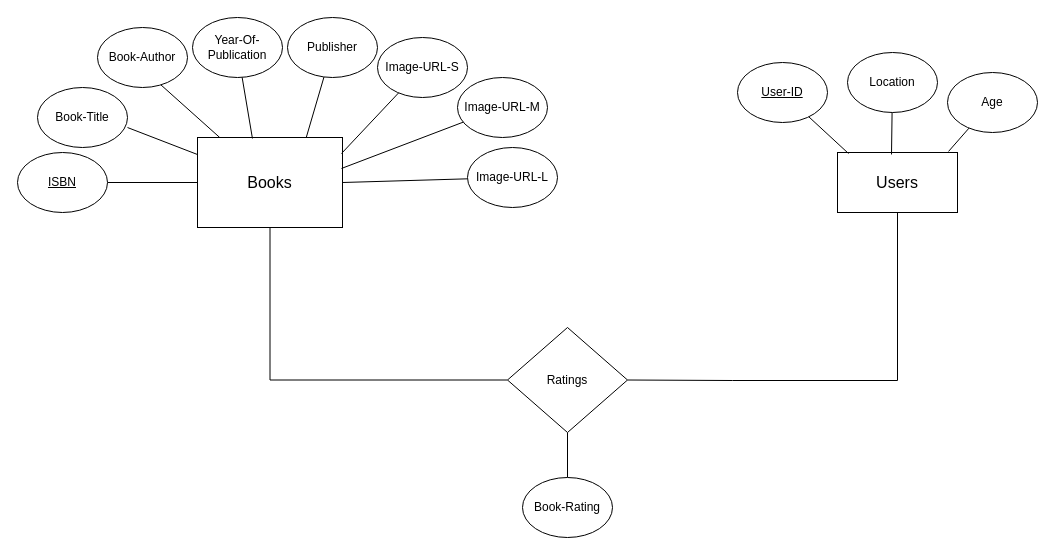
The draw.io diagram ER_Goal1.drawio in pedrorosa3/BDA_Movies, before the edit. Source tidied: cells renumbered, new cells numbered last; positions are measured from the earlier drawing's top-left corner, leaving out a move shared by most shapes. Both pictures are drawn from the tidied source at 100%, with x=0, y=0 at pixel (17, 17).
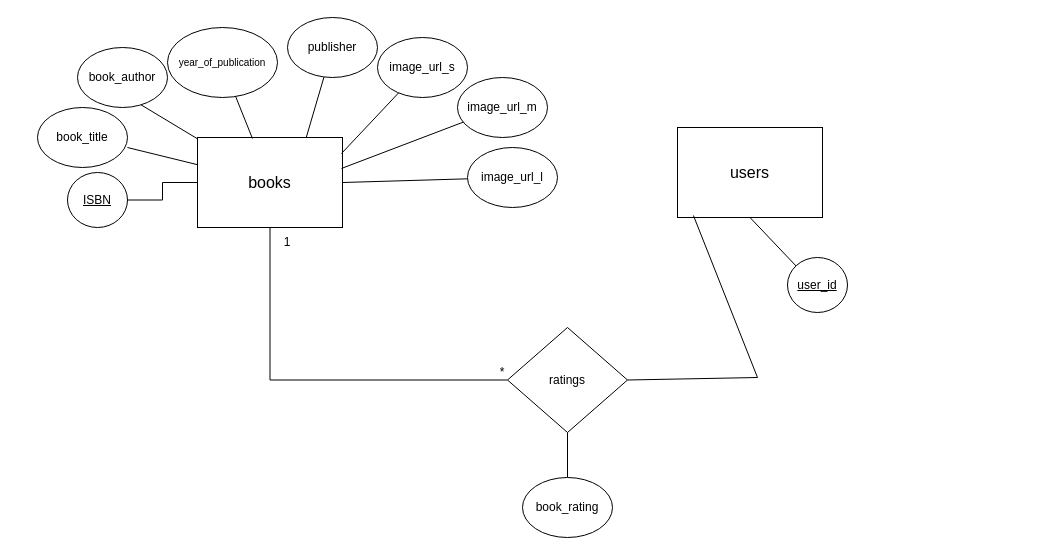
The same page after the edit.

Commit message (it also covers changes not shown here):
goal1 corrigido e goal2

Diff of the diagram source:
```diff
@@
-    <mxCell id="4" value="&lt;font style=&quot;font-size: 16px;&quot;&gt;Books&lt;/font&gt;" style="rounded=0;whiteSpace=wrap;html=1;" parent="1" vertex="1">
+    <mxCell id="4" value="&lt;font style=&quot;font-size: 16px;&quot;&gt;books&lt;/font&gt;" style="rounded=0;whiteSpace=wrap;html=1;" parent="1" vertex="1">
       <mxGeometry x="180" y="120" width="145" height="90" as="geometry" />
     </mxCell>
-    <mxCell id="5" style="edgeStyle=orthogonalEdgeStyle;rounded=0;jettySize=auto;html=1;entryX=1;entryY=0.5;entryDx=0;entryDy=0;strokeWidth=1;endArrow=none;endFill=0;" parent="1" edge="1" source="6" target="29">
-      <mxGeometry relative="1" as="geometry">
-        <Array as="points">
-          <mxPoint x="880" y="363" />
-          <mxPoint x="715" y="363" />
-        </Array>
-      </mxGeometry>
-    </mxCell>
-    <mxCell id="6" value="&lt;font style=&quot;font-size: 16px;&quot;&gt;Users&lt;/font&gt;" style="rounded=0;whiteSpace=wrap;html=1;" parent="1" vertex="1">
-      <mxGeometry x="820" y="135" width="120" height="60" as="geometry" />
-    </mxCell>
     <mxCell id="7" value="&lt;u&gt;ISBN&lt;/u&gt;" style="ellipse;whiteSpace=wrap;html=1;" parent="1" vertex="1">
-      <mxGeometry y="135" width="90" height="60" as="geometry" />
+      <mxGeometry x="50" y="155" width="60" height="55" as="geometry" />
     </mxCell>
-    <mxCell id="8" value="Book-Title" style="ellipse;whiteSpace=wrap;html=1;" parent="1" vertex="1">
-      <mxGeometry x="20" y="70" width="90" height="60" as="geometry" />
+    <mxCell id="8" value="book_title" style="ellipse;whiteSpace=wrap;html=1;" parent="1" vertex="1">
+      <mxGeometry x="20" y="90" width="90" height="60" as="geometry" />
     </mxCell>
-    <mxCell id="9" value="Book-Author" style="ellipse;whiteSpace=wrap;html=1;" parent="1" vertex="1">
-      <mxGeometry x="80" y="10" width="90" height="60" as="geometry" />
+    <mxCell id="9" value="book_author" style="ellipse;whiteSpace=wrap;html=1;" parent="1" vertex="1">
+      <mxGeometry x="60" y="30" width="90" height="60" as="geometry" />
     </mxCell>
-    <mxCell id="10" value="Year-Of-Publication" style="ellipse;whiteSpace=wrap;html=1;" parent="1" vertex="1">
-      <mxGeometry x="175" width="90" height="60" as="geometry" />
+    <mxCell id="10" value="&lt;font style=&quot;font-size: 10px;&quot;&gt;year_of_publication&lt;/font&gt;" style="ellipse;whiteSpace=wrap;html=1;" parent="1" vertex="1">
+      <mxGeometry x="150" y="10" width="110" height="70" as="geometry" />
     </mxCell>
@@
-    <mxCell id="12" value="Publisher" style="ellipse;whiteSpace=wrap;html=1;" parent="1" vertex="1">
+    <mxCell id="12" value="publisher" style="ellipse;whiteSpace=wrap;html=1;" parent="1" vertex="1">
       <mxGeometry x="270" width="90" height="60" as="geometry" />
     </mxCell>
-    <mxCell id="13" value="Image-URL-S" style="ellipse;whiteSpace=wrap;html=1;" parent="1" vertex="1">
+    <mxCell id="13" value="image_url_s" style="ellipse;whiteSpace=wrap;html=1;" parent="1" vertex="1">
       <mxGeometry x="360" y="20" width="90" height="60" as="geometry" />
     </mxCell>
-    <mxCell id="14" value="Image-URL-M" style="ellipse;whiteSpace=wrap;html=1;" parent="1" vertex="1">
+    <mxCell id="14" value="image_url_m" style="ellipse;whiteSpace=wrap;html=1;" parent="1" vertex="1">
       <mxGeometry x="440" y="60" width="90" height="60" as="geometry" />
     </mxCell>
@@
-    <mxCell id="16" value="Image-URL-L" style="ellipse;whiteSpace=wrap;html=1;" parent="1" vertex="1">
+    <mxCell id="16" value="image_url_l" style="ellipse;whiteSpace=wrap;html=1;" parent="1" vertex="1">
       <mxGeometry x="450" y="130" width="90" height="60" as="geometry" />
     </mxCell>
@@
-    <mxCell id="21" value="&lt;u&gt;User-ID&lt;/u&gt;" style="ellipse;whiteSpace=wrap;html=1;" parent="1" vertex="1">
-      <mxGeometry x="720" y="45" width="90" height="60" as="geometry" />
-    </mxCell>
-    <mxCell id="22" style="rounded=0;jettySize=auto;html=1;entryX=0.092;entryY=0.017;entryDx=0;entryDy=0;entryPerimeter=0;endArrow=none;endFill=0;" parent="1" edge="1" source="21" target="6">
-      <mxGeometry relative="1" as="geometry" />
-    </mxCell>
-    <mxCell id="23" style="rounded=0;jettySize=auto;html=1;entryX=0.925;entryY=-0.017;entryDx=0;entryDy=0;endArrow=none;endFill=0;entryPerimeter=0;" parent="1" edge="1" source="24" target="6">
-      <mxGeometry relative="1" as="geometry" />
-    </mxCell>
-    <mxCell id="24" value="Age" style="ellipse;whiteSpace=wrap;html=1;" parent="1" vertex="1">
-      <mxGeometry x="930" y="55" width="90" height="60" as="geometry" />
-    </mxCell>
-    <mxCell id="25" value="Location" style="ellipse;whiteSpace=wrap;html=1;" parent="1" vertex="1">
-      <mxGeometry x="830" y="35" width="90" height="60" as="geometry" />
-    </mxCell>
-    <mxCell id="26" style="rounded=0;jettySize=auto;html=1;entryX=0.45;entryY=0.033;entryDx=0;entryDy=0;entryPerimeter=0;endArrow=none;endFill=0;" parent="1" edge="1" source="25" target="6">
-      <mxGeometry relative="1" as="geometry" />
-    </mxCell>
@@
-    <mxCell id="29" value="Ratings" style="rhombus;whiteSpace=wrap;html=1;" parent="1" vertex="1">
+    <mxCell id="29" value="ratings" style="rhombus;whiteSpace=wrap;html=1;" parent="1" vertex="1">
       <mxGeometry x="490" y="310" width="120" height="105" as="geometry" />
     </mxCell>
-    <mxCell id="30" value="Book-Rating" style="ellipse;whiteSpace=wrap;html=1;" parent="1" vertex="1">
+    <mxCell id="30" value="book_rating" style="ellipse;whiteSpace=wrap;html=1;" parent="1" vertex="1">
       <mxGeometry x="505" y="460" width="90" height="60" as="geometry" />
     </mxCell>
+    <mxCell id="31" value="1" style="text;html=1;whiteSpace=wrap;strokeColor=none;fillColor=none;align=center;verticalAlign=middle;rounded=0;" parent="1" vertex="1">
+      <mxGeometry x="240" y="210" width="60" height="30" as="geometry" />
+    </mxCell>
+    <mxCell id="32" value="*" style="text;html=1;whiteSpace=wrap;strokeColor=none;fillColor=none;align=center;verticalAlign=middle;rounded=0;" parent="1" vertex="1">
+      <mxGeometry x="455" y="340" width="60" height="30" as="geometry" />
+    </mxCell>
+    <mxCell id="33" value="&lt;font style=&quot;font-size: 16px;&quot;&gt;users&lt;/font&gt;" style="rounded=0;whiteSpace=wrap;html=1;" parent="1" vertex="1">
+      <mxGeometry x="660" y="110" width="145" height="90" as="geometry" />
+    </mxCell>
+    <mxCell id="34" style="rounded=0;jettySize=auto;html=1;entryX=0.5;entryY=1;entryDx=0;entryDy=0;endArrow=none;endFill=0;" parent="1" edge="1" target="33">
+      <mxGeometry relative="1" as="geometry">
+        <mxPoint x="780" y="250" as="sourcePoint" />
+      </mxGeometry>
+    </mxCell>
+    <mxCell id="35" value="&lt;u&gt;user_id&lt;/u&gt;" style="ellipse;whiteSpace=wrap;html=1;" parent="1" vertex="1">
+      <mxGeometry x="770" y="240" width="60" height="55" as="geometry" />
+    </mxCell>
+    <mxCell id="36" style="rounded=0;jettySize=auto;html=1;entryX=1;entryY=0.5;entryDx=0;entryDy=0;endArrow=none;endFill=0;" parent="1" edge="1" target="29">
+      <mxGeometry relative="1" as="geometry">
+        <mxPoint x="740" y="360" as="sourcePoint" />
+      </mxGeometry>
+    </mxCell>
+    <mxCell id="37" style="rounded=0;jettySize=auto;html=1;entryX=0.11;entryY=0.978;entryDx=0;entryDy=0;endArrow=none;endFill=0;entryPerimeter=0;" parent="1" edge="1" target="33">
+      <mxGeometry relative="1" as="geometry">
+        <mxPoint x="740" y="360" as="sourcePoint" />
+      </mxGeometry>
+    </mxCell>
```
